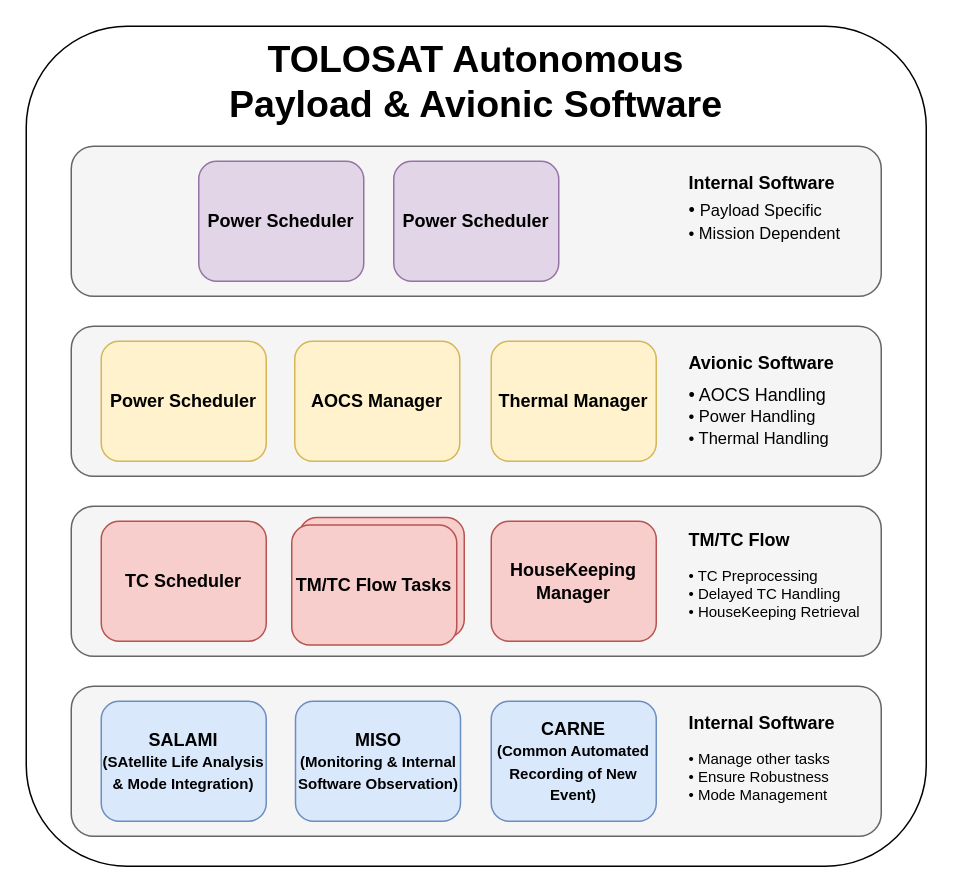
The draw.io diagram doc/images/Internal_Architecture_Graph_Simplified.drawio in TOLOSAT/flight-software, before the edit. Source tidied: cells renumbered, new cells numbered last; positions are measured from the earlier drawing's top-left corner, leaving out a move shared by most shapes. Both pictures are drawn from the tidied source at 150%, with x=0, y=0 at pixel (26, 26).
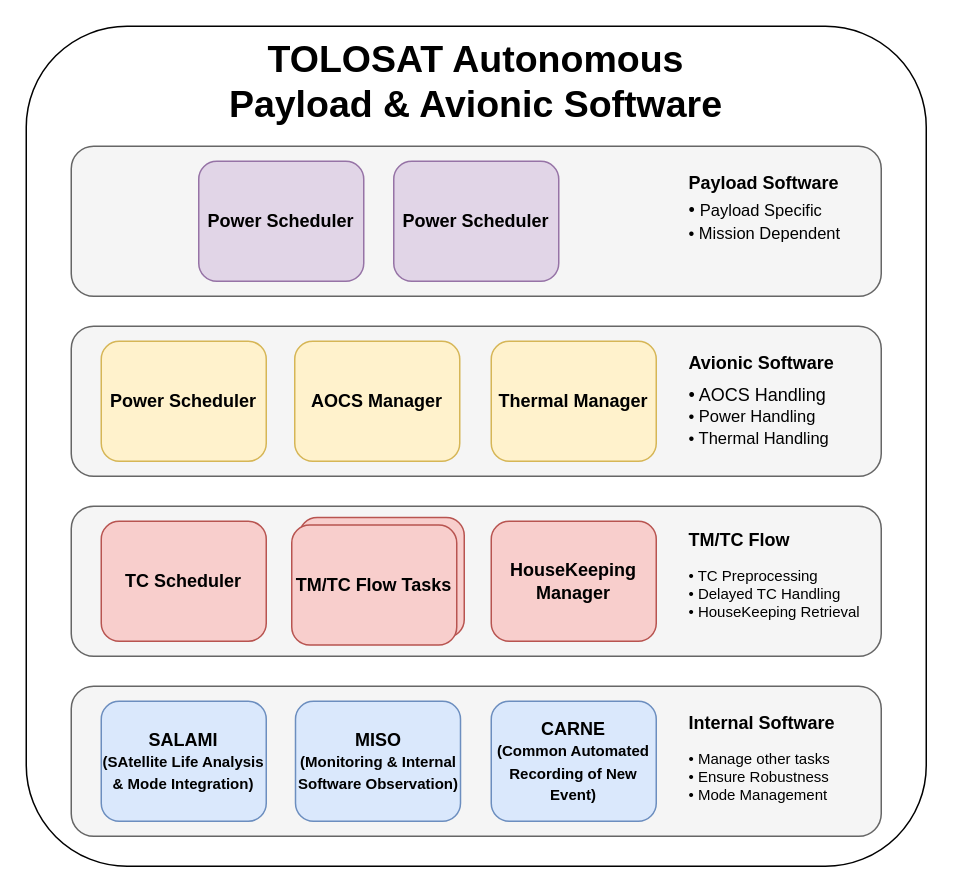
The same diagram, later.

Diff of the diagram source:
```diff
@@
-    <mxCell id="27" value="&lt;b&gt;Internal Software&lt;/b&gt;" style="text;html=1;strokeColor=none;fillColor=none;align=left;verticalAlign=middle;whiteSpace=wrap;rounded=0;" parent="1" vertex="1">
+    <mxCell id="27" value="&lt;b&gt;Payload Software&lt;/b&gt;" style="text;html=1;strokeColor=none;fillColor=none;align=left;verticalAlign=middle;whiteSpace=wrap;rounded=0;" parent="1" vertex="1">
       <mxGeometry x="440" y="90" width="120" height="30" as="geometry" />
     </mxCell>
```
